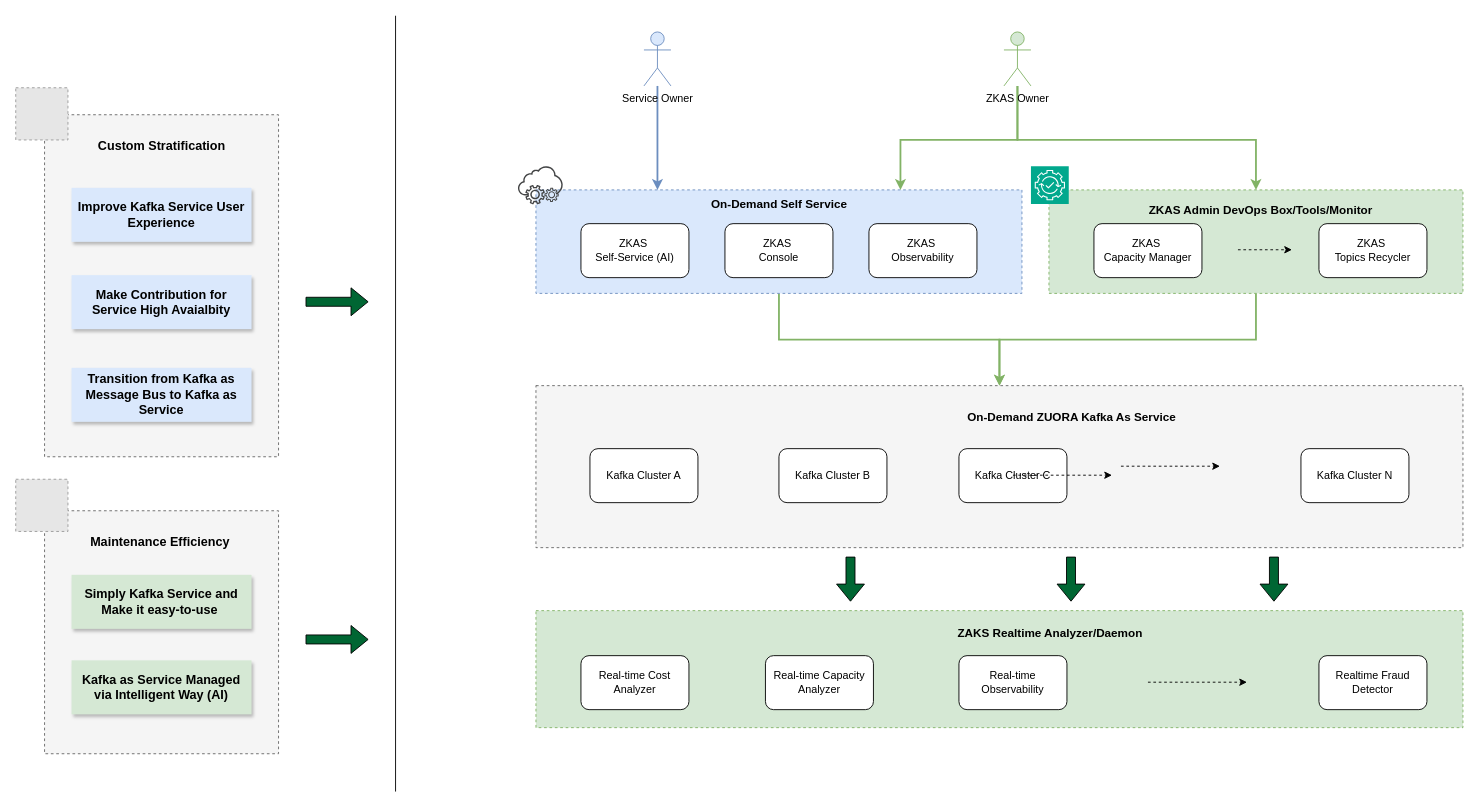
Before: Kafka as Service.drawio in jiangtao7/draw.io, a draw.io diagram. Source tidied: cells renumbered, new cells numbered last; positions are measured from the earlier drawing's top-left corner, leaving out a move shared by most shapes. Both pictures are drawn from the tidied source at 90%, with x=0, y=0 at pixel (15, 15). Pictures stored in the file or linked from it are replaced by grey dashed boxes.
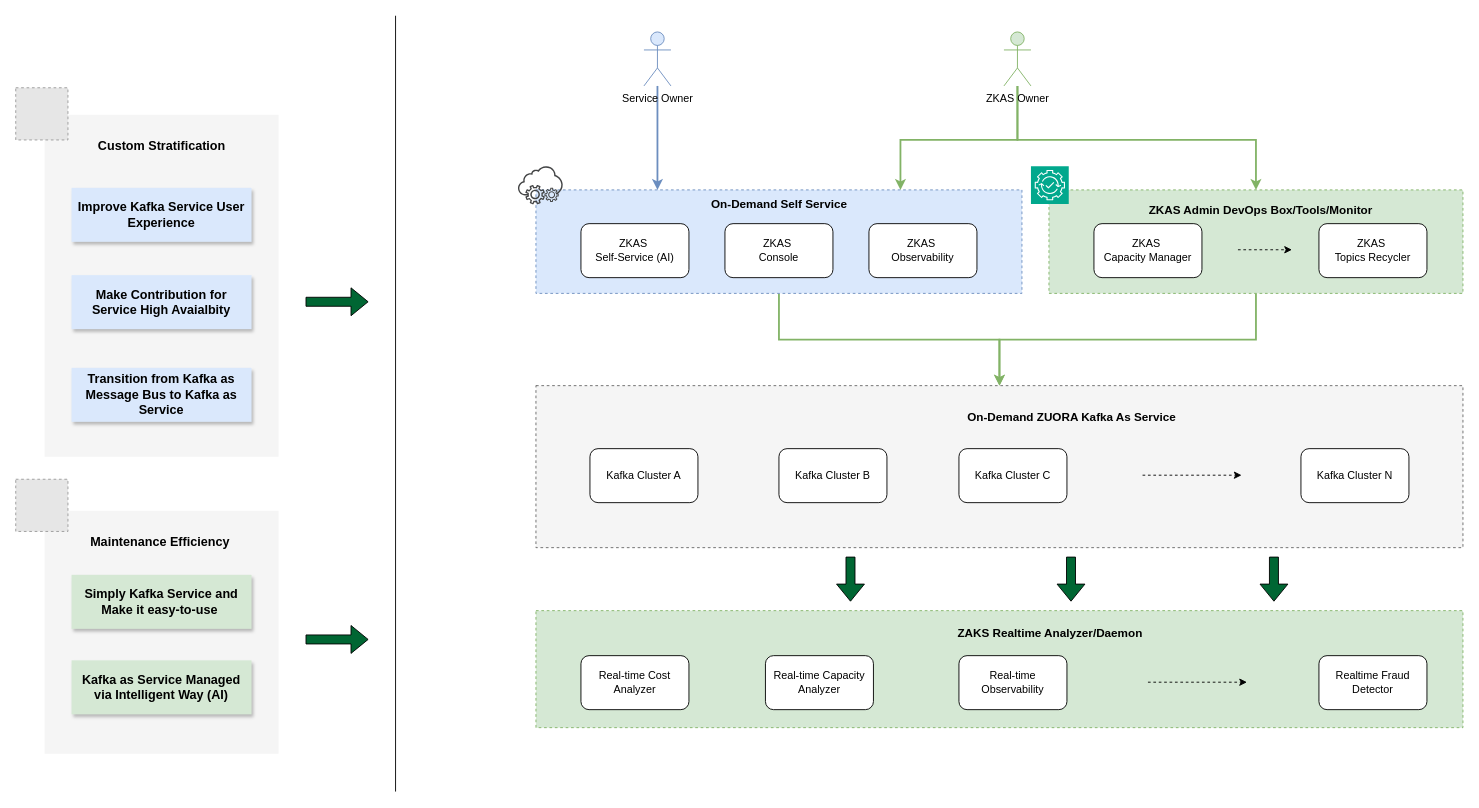
Above is the later version.

The edit, as a diff of the source:
```diff
@@
-    <mxCell id="2" style="rounded=0;whiteSpace=wrap;html=1;dashed=1;fillColor=#f5f5f5;fontColor=#333333;strokeColor=#666666;" parent="1" vertex="1">
+    <mxCell id="2" style="rounded=0;whiteSpace=wrap;html=1;dashed=1;fillColor=#f5f5f5;fontColor=#333333;strokeColor=none;" parent="1" vertex="1">
       <mxGeometry x="32" y="550" width="260" height="270" as="geometry" />
     </mxCell>
-    <mxCell id="3" style="rounded=0;whiteSpace=wrap;html=1;dashed=1;fillColor=#f5f5f5;fontColor=#333333;strokeColor=#666666;" parent="1" vertex="1">
+    <mxCell id="3" style="rounded=0;whiteSpace=wrap;html=1;dashed=1;fillColor=#f5f5f5;fontColor=#333333;strokeColor=none;" parent="1" vertex="1">
       <mxGeometry x="32" y="110" width="260" height="380" as="geometry" />
     </mxCell>
@@
     <mxCell id="19" style="endArrow=classic;html=1;rounded=0;dashed=1;" parent="1" edge="1">
       <mxGeometry relative="1" as="geometry">
-        <mxPoint x="1228" y="500.5" as="sourcePoint" />
-        <mxPoint x="1338" y="500.5" as="targetPoint" />
+        <mxPoint x="1252" y="510.5" as="sourcePoint" />
+        <mxPoint x="1362" y="510.5" as="targetPoint" />
       </mxGeometry>
     </mxCell>
@@
-    <mxCell id="42" style="endArrow=classic;html=1;rounded=0;dashed=1;" parent="1" edge="1">
-      <mxGeometry relative="1" as="geometry">
-        <mxPoint x="1108" y="510.5" as="sourcePoint" />
-        <mxPoint x="1218" y="510.5" as="targetPoint" />
-      </mxGeometry>
-    </mxCell>
```
